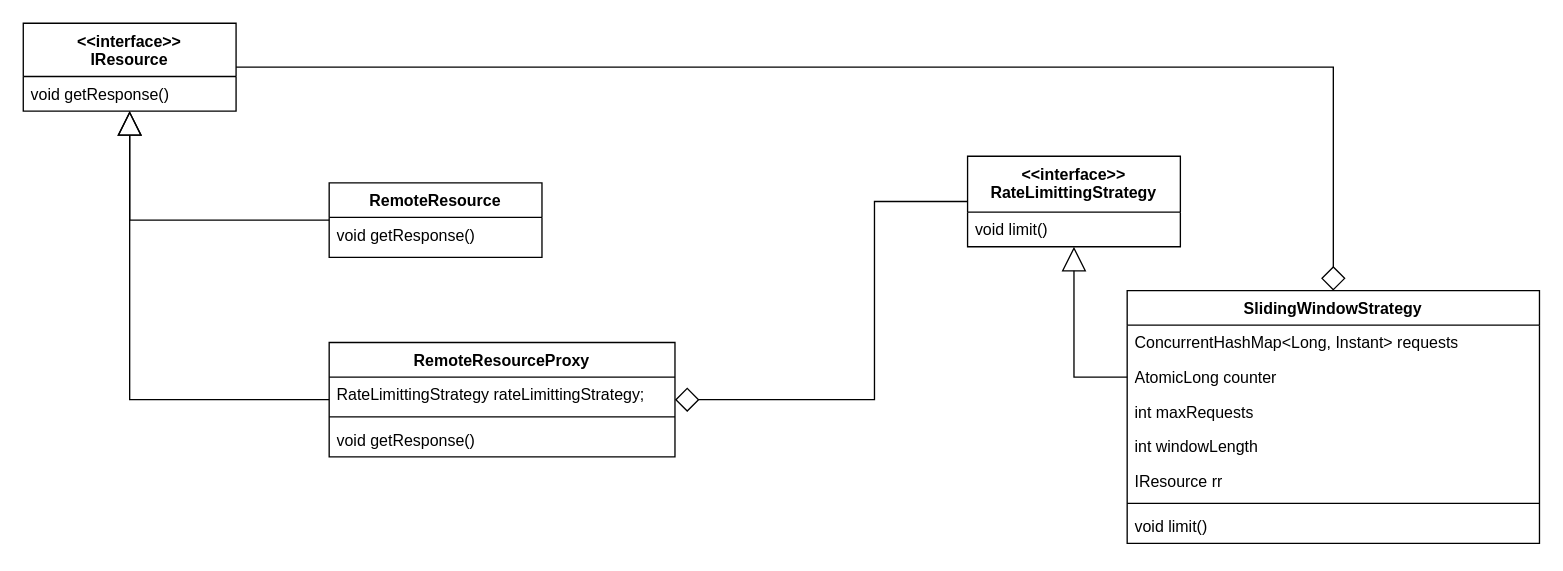
Earlier version of the draw.io diagram Rate_Limitter_LLD.drawio (akshat-code21/rate_limitter_lld). Source tidied: cells renumbered, new cells numbered last; positions are measured from the earlier drawing's top-left corner, leaving out a move shared by most shapes. Both pictures are drawn from the tidied source at 133%, with x=0, y=0 at pixel (23, 23).
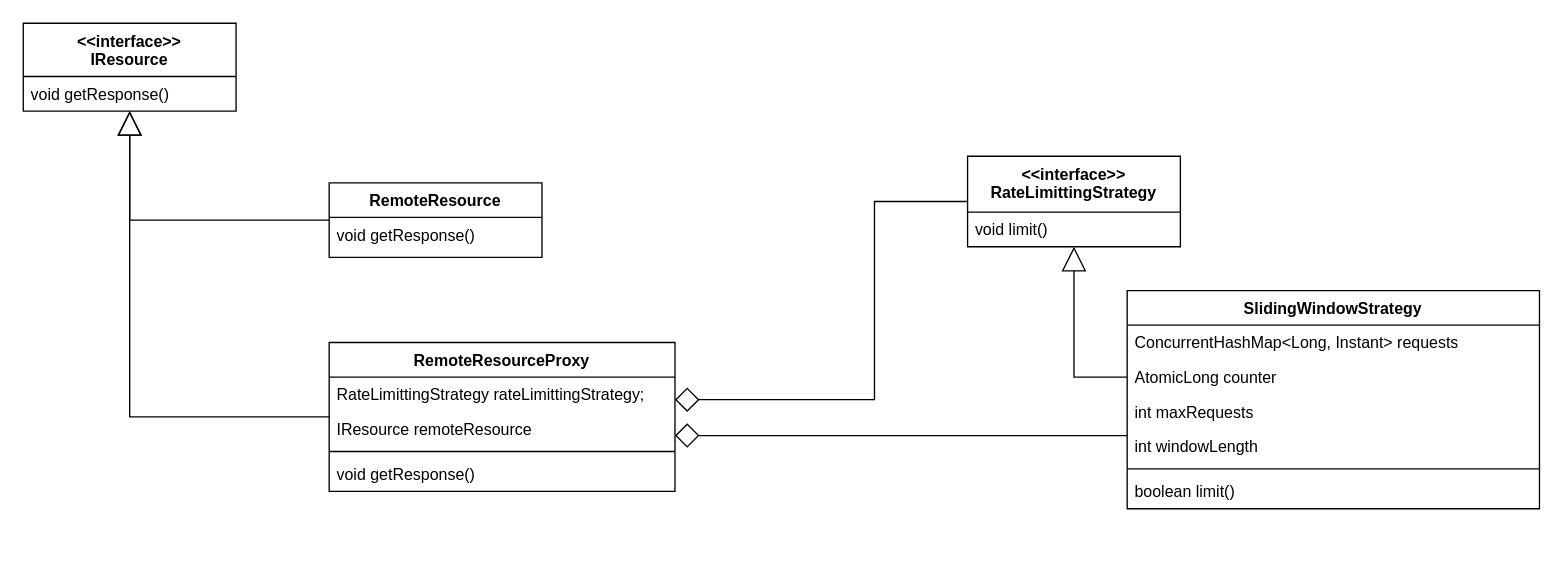
The same page after the edit.

Unchanged cells that the change refers to:
```xml
<mxCell id="2" value="&amp;lt;&amp;lt;interface&amp;gt;&amp;gt;&lt;div&gt;IResource&lt;/div&gt;&lt;div&gt;&lt;div&gt;&lt;br&gt;&lt;/div&gt;&lt;/div&gt;" style="swimlane;fontStyle=1;align=center;verticalAlign=top;horizontal=1;startSize=40;whiteSpace=wrap;html=1;" parent="1" vertex="1">
  <mxGeometry width="160" height="66" as="geometry" />
</mxCell>
```

Change to the diagram source:
```diff
@@
-    <mxCell id="5" style="edgeStyle=orthogonalEdgeStyle;rounded=0;jettySize=auto;html=1;strokeColor=default;align=center;verticalAlign=middle;fontFamily=Helvetica;fontSize=11;fontColor=default;labelBackgroundColor=default;startSize=16;endArrow=diamond;endFill=0;endSize=16;" parent="1" edge="1" source="2" target="16">
-      <mxGeometry relative="1" as="geometry">
-        <Array as="points">
-          <mxPoint x="985" y="33" />
-        </Array>
-      </mxGeometry>
-    </mxCell>
@@
     <mxCell id="9" value="RemoteResourceProxy" style="swimlane;fontStyle=1;align=center;verticalAlign=top;horizontal=1;startSize=26;whiteSpace=wrap;html=1;" parent="1" vertex="1">
-      <mxGeometry x="230" y="240" width="260" height="86" as="geometry" />
+      <mxGeometry x="230" y="240" width="260" height="112" as="geometry" />
     </mxCell>
@@
+    <mxCell id="25" value="IResource remoteResource" style="text;strokeColor=none;fillColor=none;align=left;verticalAlign=top;spacingLeft=4;spacingRight=4;overflow=hidden;whiteSpace=wrap;html=1;" parent="9" vertex="1">
+      <mxGeometry y="52" width="260" height="26" as="geometry" />
+    </mxCell>
     <mxCell id="11" style="line;strokeWidth=1;fillColor=none;align=left;verticalAlign=middle;spacingTop=-1;spacingLeft=3;spacingRight=3;labelPosition=right;strokeColor=inherit;" parent="9" vertex="1">
-      <mxGeometry y="52" width="260" height="8" as="geometry" />
+      <mxGeometry y="78" width="260" height="8" as="geometry" />
     </mxCell>
     <mxCell id="12" value="void getResponse()" style="text;strokeColor=none;fillColor=none;align=left;verticalAlign=top;spacingLeft=4;spacingRight=4;overflow=hidden;whiteSpace=wrap;html=1;" parent="9" vertex="1">
-      <mxGeometry y="60" width="260" height="26" as="geometry" />
+      <mxGeometry y="86" width="260" height="26" as="geometry" />
     </mxCell>
@@
+    <mxCell id="26" style="edgeStyle=orthogonalEdgeStyle;rounded=0;jettySize=auto;html=1;strokeColor=default;align=center;verticalAlign=middle;fontFamily=Helvetica;fontSize=11;fontColor=default;labelBackgroundColor=default;startSize=16;endArrow=diamond;endFill=0;endSize=16;" parent="1" edge="1" source="16" target="9">
+      <mxGeometry relative="1" as="geometry">
+        <Array as="points">
+          <mxPoint x="660" y="310" />
+          <mxPoint x="660" y="310" />
+        </Array>
+      </mxGeometry>
+    </mxCell>
     <mxCell id="16" value="SlidingWindowStrategy" style="swimlane;fontStyle=1;align=center;verticalAlign=top;horizontal=1;startSize=26;whiteSpace=wrap;html=1;" parent="1" vertex="1">
-      <mxGeometry x="830" y="201" width="310" height="190" as="geometry" />
+      <mxGeometry x="830" y="201" width="310" height="164" as="geometry" />
     </mxCell>
@@
-    <mxCell id="21" value="IResource rr" style="text;strokeColor=none;fillColor=none;align=left;verticalAlign=top;spacingLeft=4;spacingRight=4;overflow=hidden;whiteSpace=wrap;html=1;" parent="16" vertex="1">
-      <mxGeometry y="130" width="310" height="26" as="geometry" />
-    </mxCell>
     <mxCell id="22" style="line;strokeWidth=1;fillColor=none;align=left;verticalAlign=middle;spacingTop=-1;spacingLeft=3;spacingRight=3;labelPosition=right;strokeColor=inherit;" parent="16" vertex="1">
-      <mxGeometry y="156" width="310" height="8" as="geometry" />
+      <mxGeometry y="130" width="310" height="8" as="geometry" />
     </mxCell>
-    <mxCell id="23" value="void limit()" style="text;strokeColor=none;fillColor=none;align=left;verticalAlign=top;spacingLeft=4;spacingRight=4;overflow=hidden;whiteSpace=wrap;html=1;" parent="16" vertex="1">
-      <mxGeometry y="164" width="310" height="26" as="geometry" />
+    <mxCell id="23" value="boolean limit()" style="text;strokeColor=none;fillColor=none;align=left;verticalAlign=top;spacingLeft=4;spacingRight=4;overflow=hidden;whiteSpace=wrap;html=1;" parent="16" vertex="1">
+      <mxGeometry y="138" width="310" height="26" as="geometry" />
     </mxCell>
```
